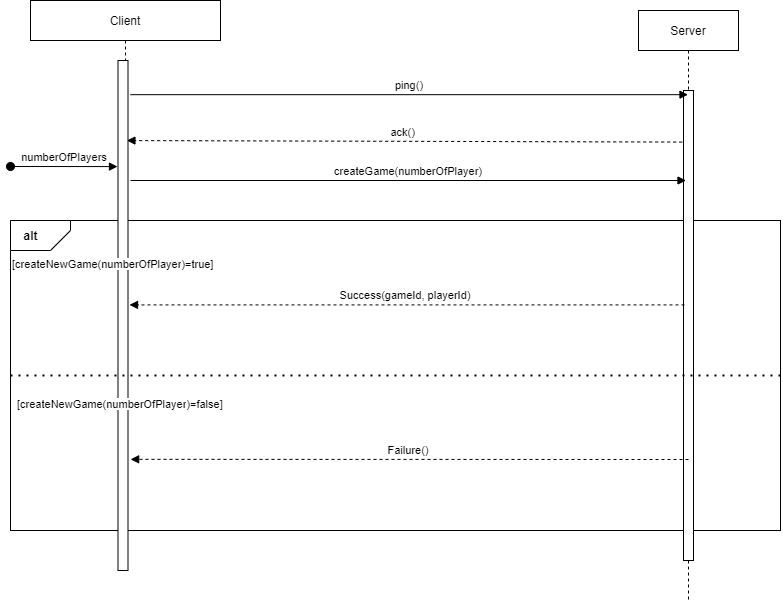
The draw.io diagram deliverables/sequence_diagram/create_and_join/create_game.png in lolloz98/Masters-of-Renaissance, before a commit. Source tidied: cells renumbered, new cells last; positions are measured from the earlier drawing's top-left corner, leaving out a move shared by most shapes. The source it was exported from:
```xml
<mxGraphModel background="#ffffff">
  <root>
    <mxCell id="0" />
    <mxCell id="1" parent="0" />
    <mxCell id="2" style="rounded=0;whiteSpace=wrap;html=1;" parent="1" vertex="1">
      <mxGeometry y="220" width="770" height="310" as="geometry" />
    </mxCell>
    <mxCell id="3" value="Client" style="shape=umlLifeline;perimeter=lifelinePerimeter;rounded=0;shadow=0;strokeWidth=1;" parent="1" vertex="1">
      <mxGeometry x="20" width="190" height="570" as="geometry" />
    </mxCell>
    <mxCell id="4" style="points=[];perimeter=orthogonalPerimeter;rounded=0;shadow=0;strokeWidth=1;" parent="3" vertex="1">
      <mxGeometry x="87.5" y="60" width="10" height="510" as="geometry" />
    </mxCell>
    <mxCell id="5" value="&lt;span style=&quot;font-family: &amp;#34;helvetica&amp;#34; ; font-size: 11px ; text-align: center ; background-color: rgb(255 , 255 , 255)&quot;&gt;[createNewGame(numberOfPlayer&lt;/span&gt;&lt;span style=&quot;font-size: 11px ; text-align: center ; background-color: rgb(255 , 255 , 255)&quot;&gt;)&lt;/span&gt;&lt;span style=&quot;font-family: &amp;#34;helvetica&amp;#34; ; font-size: 11px ; text-align: center ; background-color: rgb(255 , 255 , 255)&quot;&gt;=true]&lt;/span&gt;" style="text;whiteSpace=wrap;html=1;" parent="3" vertex="1">
      <mxGeometry x="-20" y="250" width="300" height="30" as="geometry" />
    </mxCell>
    <mxCell id="6" value="Server" style="shape=umlLifeline;perimeter=lifelinePerimeter;rounded=0;shadow=0;strokeWidth=1;" parent="1" vertex="1">
      <mxGeometry x="628" y="10" width="100" height="590" as="geometry" />
    </mxCell>
    <mxCell id="7" style="perimeter=orthogonalPerimeter;rounded=0;shadow=0;strokeWidth=1;" parent="6" vertex="1">
      <mxGeometry x="45" y="80" width="10" height="470" as="geometry" />
    </mxCell>
    <mxCell id="8" value="createGame(numberOfPlayer)" style="verticalAlign=bottom;endArrow=block;entryX=0;entryY=0;shadow=0;strokeWidth=1;" parent="1" edge="1">
      <mxGeometry relative="1" as="geometry">
        <mxPoint x="120" y="180" as="sourcePoint" />
        <mxPoint x="675.5" y="180" as="targetPoint" />
      </mxGeometry>
    </mxCell>
    <mxCell id="9" style="endArrow=none;dashed=1;html=1;dashPattern=1 3;strokeWidth=2;exitX=0;exitY=0.5;exitDx=0;exitDy=0;entryX=1;entryY=0.5;entryDx=0;entryDy=0;" parent="1" edge="1" source="2" target="2">
      <mxGeometry relative="1" as="geometry" />
    </mxCell>
    <mxCell id="10" style="shape=card;whiteSpace=wrap;html=1;rotation=-180;size=20;" parent="1" vertex="1">
      <mxGeometry y="220" width="60" height="30" as="geometry" />
    </mxCell>
    <mxCell id="11" value="&lt;b&gt;alt&lt;/b&gt;" style="text;html=1;align=center;verticalAlign=middle;" parent="1" vertex="1">
      <mxGeometry x="5" y="225" width="30" height="20" as="geometry" />
    </mxCell>
    <mxCell id="12" value="Success(gameId, playerId)" style="verticalAlign=bottom;endArrow=block;shadow=0;strokeWidth=1;dashed=1;" parent="1" edge="1">
      <mxGeometry x="0.01" relative="1" as="geometry">
        <mxPoint x="674" y="304.4" as="sourcePoint" />
        <mxPoint x="119" y="304.4" as="targetPoint" />
      </mxGeometry>
    </mxCell>
    <mxCell id="13" value="Failure()" style="verticalAlign=bottom;endArrow=block;shadow=0;strokeWidth=1;dashed=1;entryX=0.527;entryY=0.805;entryDx=0;entryDy=0;entryPerimeter=0;" parent="1" edge="1" target="3">
      <mxGeometry x="0.01" relative="1" as="geometry">
        <mxPoint x="678" y="459" as="sourcePoint" />
      </mxGeometry>
    </mxCell>
    <mxCell id="14" value="ping()" style="verticalAlign=bottom;endArrow=block;shadow=0;strokeWidth=1;exitX=1.25;exitY=0.067;exitDx=0;exitDy=0;exitPerimeter=0;" parent="1" edge="1" source="4" target="6">
      <mxGeometry relative="1" as="geometry" />
    </mxCell>
    <mxCell id="15" value="ack()" style="verticalAlign=bottom;endArrow=block;shadow=0;strokeWidth=1;dashed=1;exitX=0.437;exitY=0.223;exitDx=0;exitDy=0;exitPerimeter=0;entryX=0.891;entryY=0.157;entryDx=0;entryDy=0;entryPerimeter=0;" parent="1" edge="1" source="6" target="4">
      <mxGeometry x="0.01" relative="1" as="geometry" />
    </mxCell>
    <mxCell id="16" value="&lt;span style=&quot;font-family: &amp;#34;helvetica&amp;#34; ; font-size: 11px ; text-align: center ; background-color: rgb(255 , 255 , 255)&quot;&gt;[createNewGame(numberOfPlayer&lt;/span&gt;&lt;span style=&quot;font-size: 11px ; text-align: center ; background-color: rgb(255 , 255 , 255)&quot;&gt;)&lt;/span&gt;&lt;span style=&quot;font-family: &amp;#34;helvetica&amp;#34; ; font-size: 11px ; text-align: center ; background-color: rgb(255 , 255 , 255)&quot;&gt;=false]&lt;/span&gt;" style="text;whiteSpace=wrap;html=1;" parent="1" vertex="1">
      <mxGeometry x="5" y="390" width="300" height="30" as="geometry" />
    </mxCell>
    <mxCell id="17" value="numberOfPlayers" style="verticalAlign=bottom;startArrow=oval;endArrow=block;startSize=8;shadow=0;strokeWidth=1;entryX=-0.05;entryY=0.208;entryDx=0;entryDy=0;entryPerimeter=0;" parent="1" edge="1">
      <mxGeometry relative="1" as="geometry">
        <mxPoint y="166" as="sourcePoint" />
        <mxPoint x="107" y="166.1" as="targetPoint" />
      </mxGeometry>
    </mxCell>
  </root>
</mxGraphModel>
```
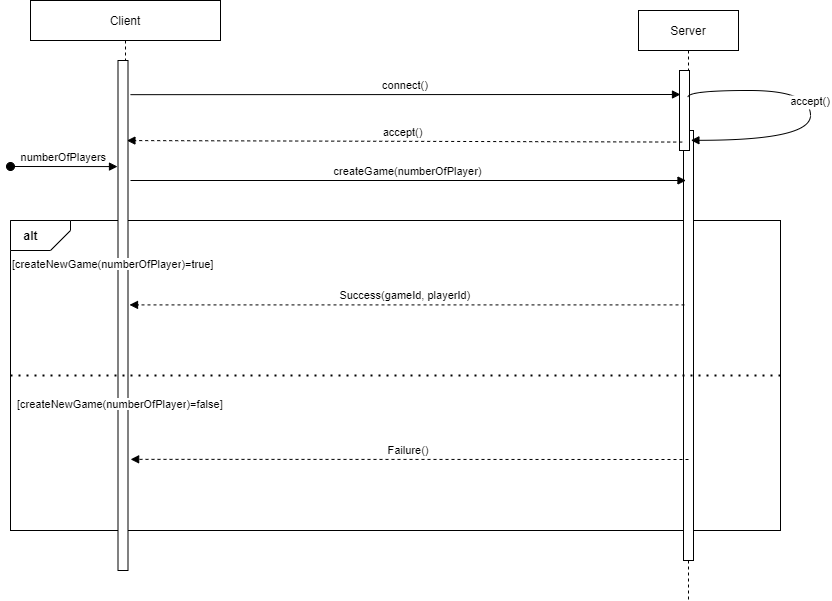
The same file after the commit.

Commit message:
updated sequence diagrams

What changed in the source:
```diff
@@ -18,8 +18,19 @@
       <mxGeometry x="628" y="10" width="100" height="590" as="geometry" />
     </mxCell>
     <mxCell id="7" style="perimeter=orthogonalPerimeter;rounded=0;shadow=0;strokeWidth=1;" parent="6" vertex="1">
-      <mxGeometry x="45" y="80" width="10" height="470" as="geometry" />
+      <mxGeometry x="45" y="120" width="10" height="430" as="geometry" />
     </mxCell>
+    <mxCell id="18" style="points=[];perimeter=orthogonalPerimeter;rounded=0;shadow=0;strokeWidth=1;" parent="6" vertex="1">
+      <mxGeometry x="41" y="60" width="10" height="80" as="geometry" />
+    </mxCell>
+    <mxCell id="19" value="accept()" style="verticalAlign=bottom;endArrow=block;shadow=0;strokeWidth=1;exitX=0.85;exitY=0.333;exitDx=0;exitDy=0;exitPerimeter=0;edgeStyle=orthogonalEdgeStyle;entryX=0.524;entryY=0.22;entryDx=0;entryDy=0;entryPerimeter=0;curved=1;" parent="6" edge="1" source="18" target="6">
+      <mxGeometry relative="1" as="geometry">
+        <Array as="points">
+          <mxPoint x="172" y="80" />
+          <mxPoint x="172" y="130" />
+        </Array>
+      </mxGeometry>
+    </mxCell>
     <mxCell id="8" value="createGame(numberOfPlayer)" style="verticalAlign=bottom;endArrow=block;entryX=0;entryY=0;shadow=0;strokeWidth=1;" parent="1" edge="1">
       <mxGeometry relative="1" as="geometry">
         <mxPoint x="120" y="180" as="sourcePoint" />
@@ -46,10 +57,12 @@
         <mxPoint x="678" y="459" as="sourcePoint" />
       </mxGeometry>
     </mxCell>
-    <mxCell id="14" value="ping()" style="verticalAlign=bottom;endArrow=block;shadow=0;strokeWidth=1;exitX=1.25;exitY=0.067;exitDx=0;exitDy=0;exitPerimeter=0;" parent="1" edge="1" source="4" target="6">
-      <mxGeometry relative="1" as="geometry" />
+    <mxCell id="14" value="connect()" style="verticalAlign=bottom;endArrow=block;shadow=0;strokeWidth=1;exitX=1.25;exitY=0.067;exitDx=0;exitDy=0;exitPerimeter=0;" parent="1" edge="1" source="4">
+      <mxGeometry relative="1" as="geometry">
+        <mxPoint x="670" y="94" as="targetPoint" />
+      </mxGeometry>
     </mxCell>
-    <mxCell id="15" value="ack()" style="verticalAlign=bottom;endArrow=block;shadow=0;strokeWidth=1;dashed=1;exitX=0.437;exitY=0.223;exitDx=0;exitDy=0;exitPerimeter=0;entryX=0.891;entryY=0.157;entryDx=0;entryDy=0;entryPerimeter=0;" parent="1" edge="1" source="6" target="4">
+    <mxCell id="15" value="accept()" style="verticalAlign=bottom;endArrow=block;shadow=0;strokeWidth=1;dashed=1;exitX=0.437;exitY=0.223;exitDx=0;exitDy=0;exitPerimeter=0;entryX=0.891;entryY=0.157;entryDx=0;entryDy=0;entryPerimeter=0;" parent="1" edge="1" source="6" target="4">
       <mxGeometry x="0.01" relative="1" as="geometry" />
     </mxCell>
     <mxCell id="16" value="&lt;span style=&quot;font-family: &amp;#34;helvetica&amp;#34; ; font-size: 11px ; text-align: center ; background-color: rgb(255 , 255 , 255)&quot;&gt;[createNewGame(numberOfPlayer&lt;/span&gt;&lt;span style=&quot;font-size: 11px ; text-align: center ; background-color: rgb(255 , 255 , 255)&quot;&gt;)&lt;/span&gt;&lt;span style=&quot;font-family: &amp;#34;helvetica&amp;#34; ; font-size: 11px ; text-align: center ; background-color: rgb(255 , 255 , 255)&quot;&gt;=false]&lt;/span&gt;" style="text;whiteSpace=wrap;html=1;" parent="1" vertex="1">
```
